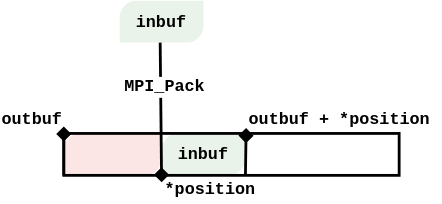
Above: content/img/E01-pack.svg in ENCCS/intermediate-mpi (draw.io), before the change. Source tidied: cells renumbered, new cells last; positions are measured from the earlier drawing's top-left corner, leaving out a move shared by most shapes.
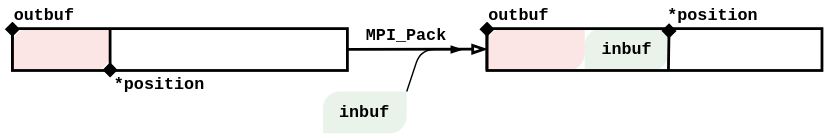
Later version of the same file.

Change to the diagram source:
```diff
@@ -3,48 +3,73 @@
     <mxCell id="0" />
     <mxCell id="1" parent="0" />
     <mxCell id="2" style="verticalLabelPosition=bottom;verticalAlign=top;html=1;shape=mxgraph.basic.diag_round_rect;dx=6;shadow=0;fillColor=#d5e8d4;opacity=50;fontFamily=Helvetica;strokeColor=none;" parent="1" vertex="1">
-      <mxGeometry x="85" width="60" height="30" as="geometry" />
+      <mxGeometry x="255" y="475" width="60" height="30" as="geometry" />
     </mxCell>
     <mxCell id="3" style="verticalLabelPosition=bottom;verticalAlign=top;html=1;shape=mxgraph.basic.diag_round_rect;dx=6;shadow=0;fillColor=#d5e8d4;opacity=50;fontFamily=Helvetica;strokeColor=none;" parent="1" vertex="1">
-      <mxGeometry x="115" y="95" width="60" height="30" as="geometry" />
+      <mxGeometry x="442.5" y="430" width="60" height="30" as="geometry" />
     </mxCell>
     <mxCell id="4" value="&lt;b&gt;&lt;font face=&quot;Courier New&quot;&gt;inbuf&lt;/font&gt;&lt;/b&gt;" style="text;html=1;strokeColor=none;fillColor=none;align=center;verticalAlign=middle;whiteSpace=wrap;rounded=0;opacity=30;" parent="1" vertex="1">
-      <mxGeometry x="125" y="100" width="40" height="20" as="geometry" />
+      <mxGeometry x="452.5" y="435" width="40" height="20" as="geometry" />
     </mxCell>
     <mxCell id="5" value="&lt;b&gt;&lt;font face=&quot;Courier New&quot;&gt;inbuf&lt;/font&gt;&lt;/b&gt;" style="text;html=1;strokeColor=none;fillColor=none;align=center;verticalAlign=middle;whiteSpace=wrap;rounded=0;opacity=30;" parent="1" vertex="1">
-      <mxGeometry x="95" y="5" width="40" height="20" as="geometry" />
+      <mxGeometry x="265" y="480" width="40" height="20" as="geometry" />
     </mxCell>
     <mxCell id="6" value="&lt;font face=&quot;Courier New&quot;&gt;&lt;b&gt;outbuf&lt;/b&gt;&lt;/font&gt;" style="text;html=1;strokeColor=none;fillColor=none;align=center;verticalAlign=middle;whiteSpace=wrap;rounded=0;" parent="1" vertex="1">
-      <mxGeometry y="75" width="45" height="20" as="geometry" />
+      <mxGeometry x="372.5" y="410" width="45" height="20" as="geometry" />
     </mxCell>
     <mxCell id="7" value="&lt;font face=&quot;Courier New&quot;&gt;&lt;b&gt;*position&lt;/b&gt;&lt;/font&gt;" style="text;html=1;strokeColor=none;fillColor=none;align=center;verticalAlign=middle;whiteSpace=wrap;rounded=0;" parent="1" vertex="1">
-      <mxGeometry x="115" y="125" width="70" height="20" as="geometry" />
+      <mxGeometry x="502.5" y="410" width="62.5" height="20" as="geometry" />
     </mxCell>
-    <mxCell id="8" value="&lt;font face=&quot;Courier New&quot;&gt;&lt;b&gt;outbuf + *position&lt;/b&gt;&lt;/font&gt;" style="text;html=1;strokeColor=none;fillColor=none;align=center;verticalAlign=middle;whiteSpace=wrap;rounded=0;" parent="1" vertex="1">
-      <mxGeometry x="170" y="75" width="145" height="20" as="geometry" />
+    <mxCell id="8" style="endArrow=diamond;html=1;strokeColor=#000000;strokeWidth=2;endFill=1;exitX=0;exitY=1;exitDx=0;exitDy=0;entryX=0;entryY=0.75;entryDx=0;entryDy=0;" parent="1" edge="1" source="20" target="6">
+      <mxGeometry relative="1" as="geometry" />
     </mxCell>
-    <mxCell id="9" style="endArrow=diamond;html=1;strokeColor=#000000;strokeWidth=2;endFill=1;exitX=0;exitY=1;exitDx=0;exitDy=0;entryX=1;entryY=0.75;entryDx=0;entryDy=0;" parent="1" edge="1" source="12" target="6">
-      <mxGeometry relative="1" as="geometry" />
+    <mxCell id="9" style="endArrow=diamond;html=1;strokeColor=#000000;strokeWidth=2;endFill=1;entryX=0.377;entryY=-0.127;entryDx=0;entryDy=0;entryPerimeter=0;" parent="1" edge="1">
+      <mxGeometry relative="1" as="geometry">
+        <mxPoint x="502.5" y="460" as="sourcePoint" />
+        <mxPoint x="503" y="426.2" as="targetPoint" />
+      </mxGeometry>
     </mxCell>
-    <mxCell id="10" style="endArrow=diamond;html=1;strokeColor=#000000;strokeWidth=2;endFill=1;entryX=0.377;entryY=-0.127;entryDx=0;entryDy=0;entryPerimeter=0;" parent="1" edge="1">
-      <mxGeometry relative="1" as="geometry">
-        <mxPoint x="175" y="125" as="sourcePoint" />
-        <mxPoint x="175.5" y="91.2" as="targetPoint" />
-      </mxGeometry>
+    <mxCell id="10" style="verticalLabelPosition=bottom;verticalAlign=top;html=1;shape=mxgraph.basic.diag_round_rect;dx=6;shadow=0;fillColor=#f8cecc;opacity=50;fontFamily=Helvetica;strokeColor=none;" parent="1" vertex="1">
+      <mxGeometry x="372.5" y="430" width="70" height="30" as="geometry" />
     </mxCell>
-    <mxCell id="11" style="verticalLabelPosition=bottom;verticalAlign=top;html=1;shape=mxgraph.basic.diag_round_rect;dx=6;shadow=0;fillColor=#f8cecc;opacity=50;fontFamily=Helvetica;strokeColor=none;" parent="1" vertex="1">
-      <mxGeometry x="45" y="95" width="70" height="30" as="geometry" />
+    <mxCell id="11" style="endArrow=blockThin;html=1;strokeWidth=2;endFill=0;startArrow=none;startFill=0;" parent="1" edge="1" source="19">
+      <mxGeometry relative="1" as="geometry">
+        <mxPoint x="372.5" y="444.8" as="targetPoint" />
+      </mxGeometry>
     </mxCell>
-    <mxCell id="12" style="rounded=0;whiteSpace=wrap;html=1;strokeWidth=2;fillColor=none;" parent="1" vertex="1">
-      <mxGeometry x="45" y="95" width="240" height="30" as="geometry" />
+    <mxCell id="12" value="&lt;font face=&quot;Courier New&quot;&gt;&lt;b&gt;outbuf&lt;/b&gt;&lt;/font&gt;" style="text;html=1;strokeColor=none;fillColor=none;align=center;verticalAlign=middle;whiteSpace=wrap;rounded=0;" parent="1" vertex="1">
+      <mxGeometry x="32.5" y="410" width="45" height="20" as="geometry" />
     </mxCell>
-    <mxCell id="13" style="endArrow=diamond;html=1;strokeWidth=2;entryX=0;entryY=0.25;entryDx=0;entryDy=0;endFill=1;startArrow=none;startFill=0;" parent="1" edge="1" target="7">
-      <mxGeometry relative="1" as="geometry">
-        <mxPoint x="114" y="30" as="sourcePoint" />
-      </mxGeometry>
+    <mxCell id="13" value="&lt;font face=&quot;Courier New&quot;&gt;&lt;b&gt;*position&lt;/b&gt;&lt;/font&gt;" style="text;html=1;strokeColor=none;fillColor=none;align=center;verticalAlign=middle;whiteSpace=wrap;rounded=0;" parent="1" vertex="1">
+      <mxGeometry x="102.5" y="460" width="70" height="20" as="geometry" />
     </mxCell>
-    <mxCell id="14" value="&lt;b&gt;&lt;font face=&quot;Courier New&quot; style=&quot;font-size: 12px&quot;&gt;MPI_Pack&lt;/font&gt;&lt;/b&gt;" style="edgeLabel;html=1;align=center;verticalAlign=middle;" parent="13" vertex="1">
-      <mxGeometry x="-0.35" y="2" relative="1" as="geometry" />
+    <mxCell id="14" style="endArrow=diamond;html=1;strokeColor=#000000;strokeWidth=2;endFill=1;exitX=0;exitY=1;exitDx=0;exitDy=0;entryX=0;entryY=0.75;entryDx=0;entryDy=0;" parent="1" edge="1" source="19" target="12">
+      <mxGeometry relative="1" as="geometry" />
     </mxCell>
+    <mxCell id="15" style="verticalLabelPosition=bottom;verticalAlign=top;html=1;shape=mxgraph.basic.diag_round_rect;dx=6;shadow=0;fillColor=#f8cecc;opacity=50;fontFamily=Helvetica;strokeColor=none;" parent="1" vertex="1">
+      <mxGeometry x="32.5" y="430" width="70" height="30" as="geometry" />
+    </mxCell>
+    <mxCell id="16" style="endArrow=none;html=1;strokeColor=#000000;strokeWidth=2;endFill=0;startArrow=diamond;startFill=1;exitX=0;exitY=0.25;exitDx=0;exitDy=0;" parent="1" edge="1" source="13">
+      <mxGeometry relative="1" as="geometry">
+        <mxPoint x="102.5" y="430" as="targetPoint" />
+      </mxGeometry>
+    </mxCell>
+    <mxCell id="17" value="&lt;font face=&quot;Courier New&quot;&gt;&lt;b&gt;MPI_Pack&lt;/b&gt;&lt;/font&gt;" style="text;html=1;strokeColor=none;fillColor=none;align=center;verticalAlign=middle;whiteSpace=wrap;rounded=0;" parent="1" vertex="1">
+      <mxGeometry x="280" y="425" width="70" height="20" as="geometry" />
+    </mxCell>
+    <mxCell id="18" style="endArrow=none;html=1;strokeColor=#000000;strokeWidth=1;startArrow=blockThin;startFill=1;endFill=0;entryX=1;entryY=0;entryDx=0;entryDy=0;entryPerimeter=0;rounded=1;" parent="1" edge="1" target="2">
+      <mxGeometry relative="1" as="geometry">
+        <mxPoint x="355" y="445" as="sourcePoint" />
+        <Array as="points">
+          <mxPoint x="325" y="445" />
+        </Array>
+      </mxGeometry>
+    </mxCell>
+    <mxCell id="19" style="rounded=0;whiteSpace=wrap;html=1;strokeWidth=2;fillColor=none;" parent="1" vertex="1">
+      <mxGeometry x="32.5" y="430" width="240" height="30" as="geometry" />
+    </mxCell>
+    <mxCell id="20" style="rounded=0;whiteSpace=wrap;html=1;strokeWidth=2;fillColor=none;" parent="1" vertex="1">
+      <mxGeometry x="372.5" y="430" width="240" height="30" as="geometry" />
+    </mxCell>
   </root>
 </mxGraphModel>
```
